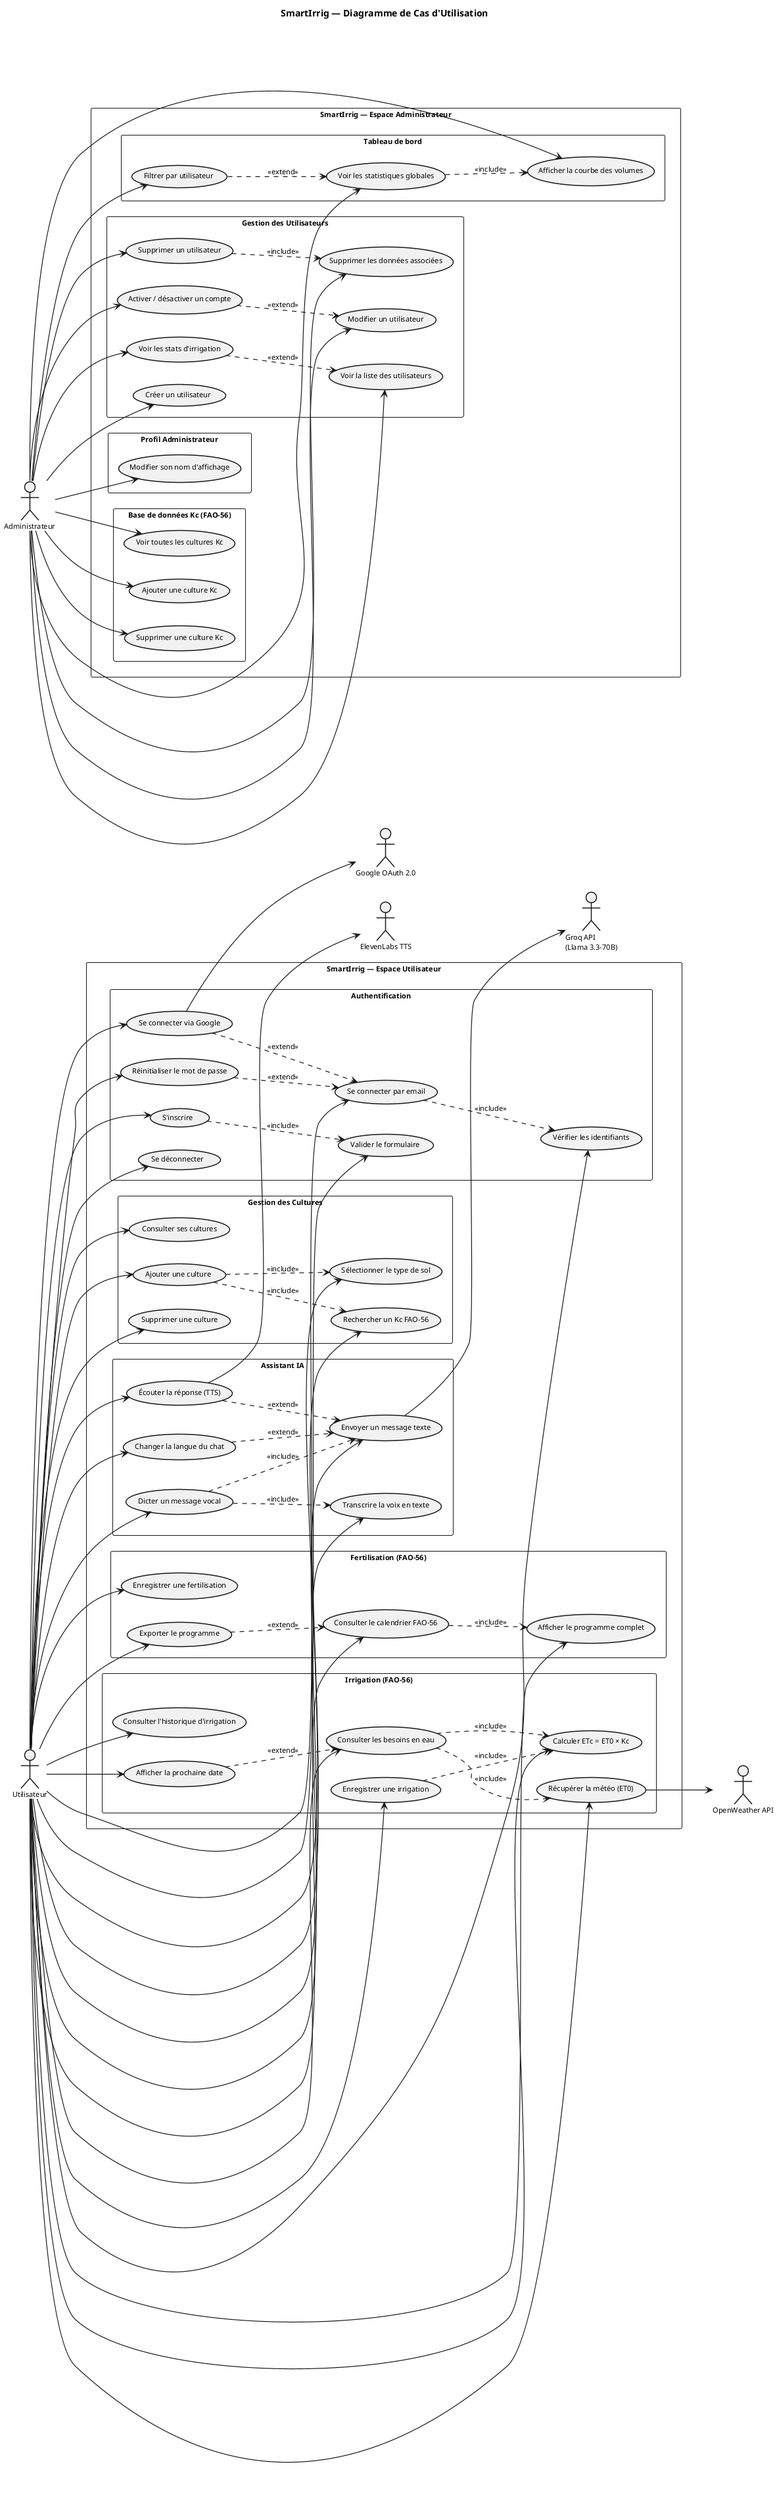
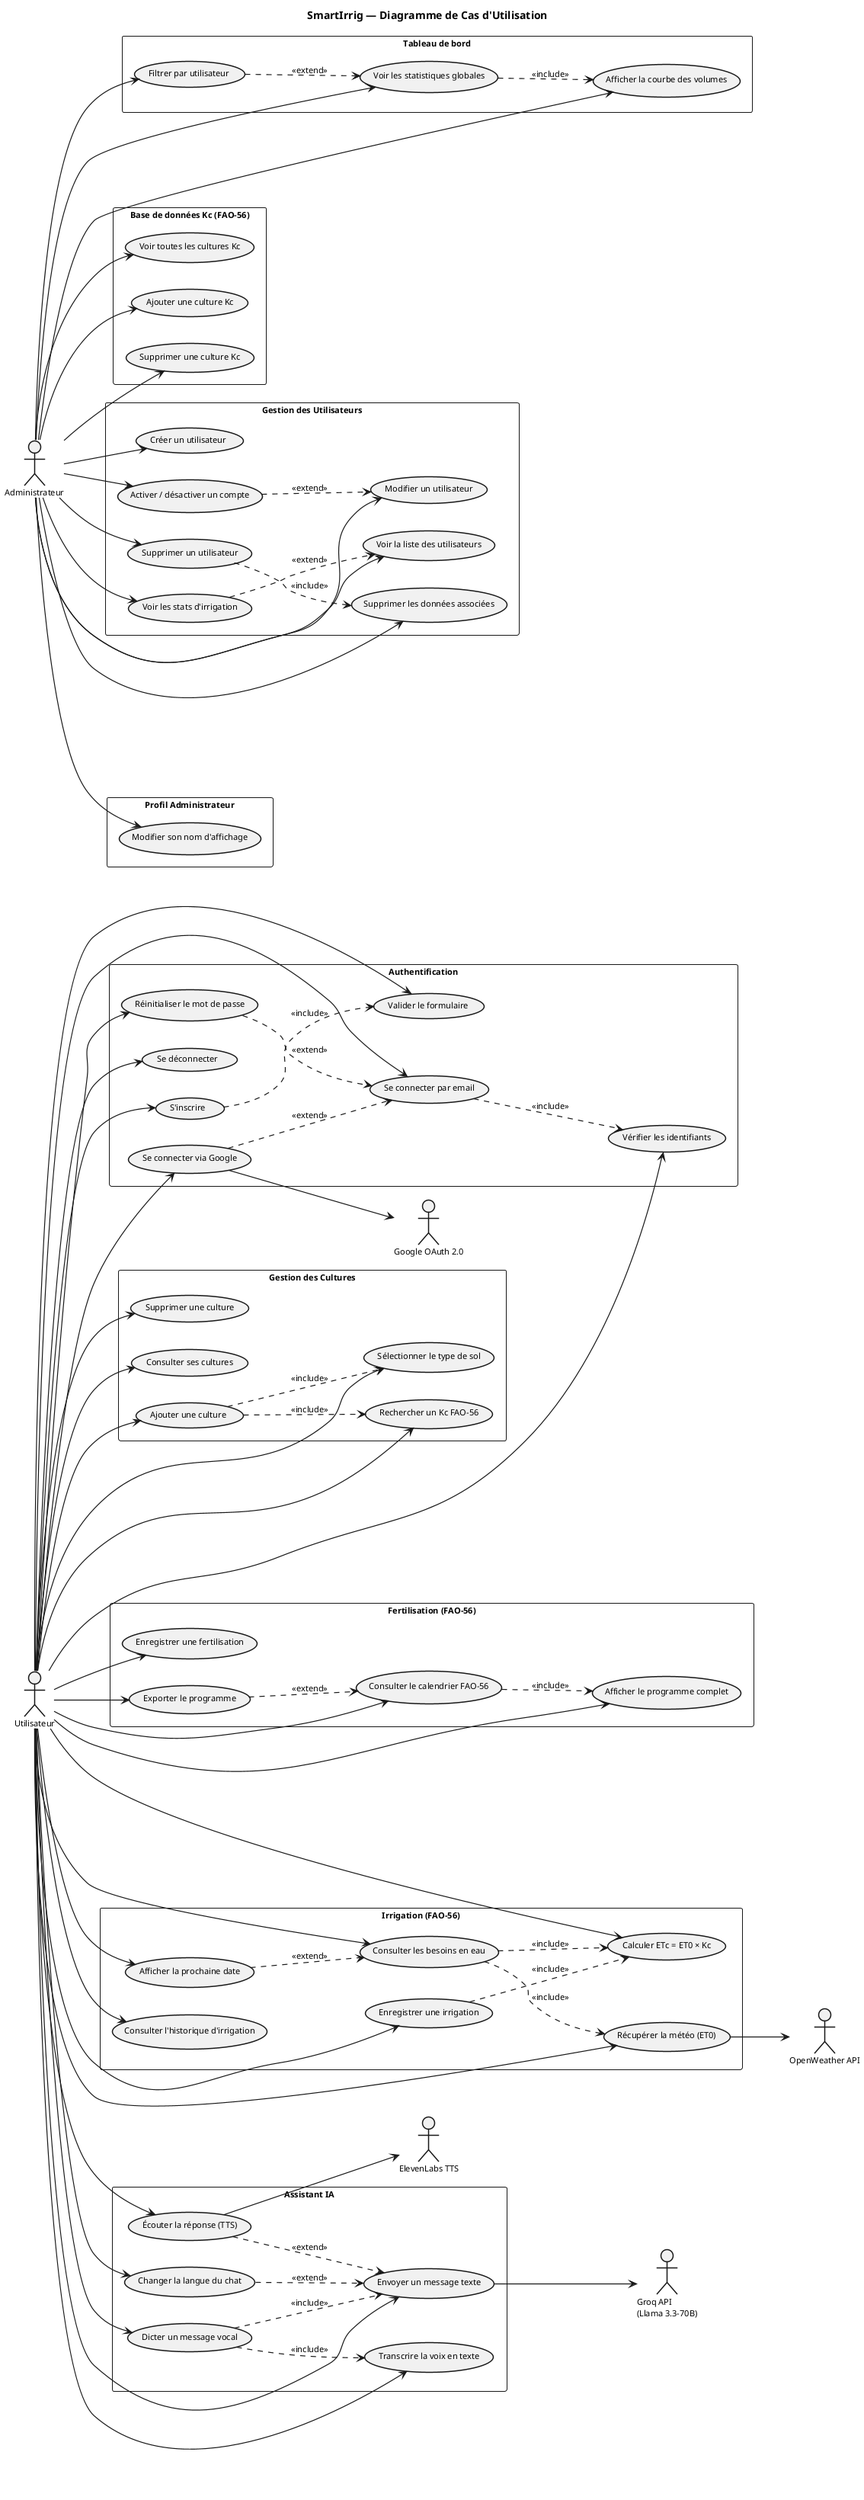
@startuml SmartIrrig - Diagramme de Cas d'Utilisation

skinparam monochrome true
skinparam shadowing false
skinparam defaultFontName Arial
skinparam defaultFontSize 11
skinparam packageStyle rectangle
skinparam usecaseBorderThickness 1.5
skinparam actorBorderThickness 1.5
skinparam ArrowThickness 1.2

left to right direction
title SmartIrrig — Diagramme de Cas d'Utilisation

' ══════════════════════════════════════
- ' ACTEUR UTILISATEUR — gauche
+ ' ACTEUR UTILISATEUR
' ══════════════════════════════════════

actor "Utilisateur" as User

' ══════════════════════════════════════
- ' ESPACE UTILISATEUR
- ' ══════════════════════════════════════
- 
- rectangle "SmartIrrig — Espace Utilisateur" {
- 
-   package "Authentification" {
-     usecase "S'inscrire" as UC_Register
-     usecase "Valider le formulaire" as UC_ValidateForm
-     usecase "Se connecter par email" as UC_Login
-     usecase "Vérifier les identifiants" as UC_VerifyCredentials
-     usecase "Se connecter via Google" as UC_GoogleLogin
-     usecase "Réinitialiser le mot de passe" as UC_ForgotPwd
-     usecase "Se déconnecter" as UC_Logout
-   }
- 
-   package "Gestion des Cultures" {
-     usecase "Consulter ses cultures" as UC_ViewCultures
-     usecase "Ajouter une culture" as UC_AddCulture
-     usecase "Sélectionner le type de sol" as UC_SolType
-     usecase "Rechercher un Kc FAO-56" as UC_SearchKc
-     usecase "Supprimer une culture" as UC_DeleteCulture
-   }
- 
-   package "Irrigation (FAO-56)" {
-     usecase "Consulter les besoins en eau" as UC_WaterNeeds
-     usecase "Récupérer la météo (ET0)" as UC_Weather
-     usecase "Calculer ETc = ET0 × Kc" as UC_CalcETc
-     usecase "Enregistrer une irrigation" as UC_RecordIrr
-     usecase "Consulter l'historique d'irrigation" as UC_History
-     usecase "Afficher la prochaine date" as UC_NextDate
-   }
- 
-   package "Fertilisation (FAO-56)" {
-     usecase "Consulter le calendrier FAO-56" as UC_FertCalendar
-     usecase "Afficher le programme complet" as UC_FertPlan
-     usecase "Enregistrer une fertilisation" as UC_RecordFert
-     usecase "Exporter le programme" as UC_ExportFert
-   }
- 
-   package "Assistant IA" {
-     usecase "Envoyer un message texte" as UC_AIChat
-     usecase "Dicter un message vocal" as UC_AIVoice
-     usecase "Transcrire la voix en texte" as UC_SpeechToText
-     usecase "Écouter la réponse (TTS)" as UC_AITTS
-     usecase "Changer la langue du chat" as UC_ResetLang
-   }
- 
- }
- 
- ' ══════════════════════════════════════
- ' ACTEUR ADMINISTRATEUR — entre les 2 rectangles
+ ' PACKAGES UTILISATEUR
+ ' ══════════════════════════════════════
+ 
+ package "Authentification" {
+   usecase "S'inscrire" as UC_Register
+   usecase "Valider le formulaire" as UC_ValidateForm
+   usecase "Se connecter par email" as UC_Login
+   usecase "Vérifier les identifiants" as UC_VerifyCredentials
+   usecase "Se connecter via Google" as UC_GoogleLogin
+   usecase "Réinitialiser le mot de passe" as UC_ForgotPwd
+   usecase "Se déconnecter" as UC_Logout
+ }
+ 
+ package "Gestion des Cultures" {
+   usecase "Consulter ses cultures" as UC_ViewCultures
+   usecase "Ajouter une culture" as UC_AddCulture
+   usecase "Sélectionner le type de sol" as UC_SolType
+   usecase "Rechercher un Kc FAO-56" as UC_SearchKc
+   usecase "Supprimer une culture" as UC_DeleteCulture
+ }
+ 
+ package "Irrigation (FAO-56)" {
+   usecase "Consulter les besoins en eau" as UC_WaterNeeds
+   usecase "Récupérer la météo (ET0)" as UC_Weather
+   usecase "Calculer ETc = ET0 × Kc" as UC_CalcETc
+   usecase "Enregistrer une irrigation" as UC_RecordIrr
+   usecase "Consulter l'historique d'irrigation" as UC_History
+   usecase "Afficher la prochaine date" as UC_NextDate
+ }
+ 
+ package "Fertilisation (FAO-56)" {
+   usecase "Consulter le calendrier FAO-56" as UC_FertCalendar
+   usecase "Afficher le programme complet" as UC_FertPlan
+   usecase "Enregistrer une fertilisation" as UC_RecordFert
+   usecase "Exporter le programme" as UC_ExportFert
+ }
+ 
+ package "Assistant IA" {
+   usecase "Envoyer un message texte" as UC_AIChat
+   usecase "Dicter un message vocal" as UC_AIVoice
+   usecase "Transcrire la voix en texte" as UC_SpeechToText
+   usecase "Écouter la réponse (TTS)" as UC_AITTS
+   usecase "Changer la langue du chat" as UC_ResetLang
+ }
+ 
+ ' ══════════════════════════════════════
+ ' ACTEUR ADMINISTRATEUR
' ══════════════════════════════════════

actor "Administrateur" as Admin

' ══════════════════════════════════════
- ' ESPACE ADMINISTRATEUR
- ' ══════════════════════════════════════
- 
- rectangle "SmartIrrig — Espace Administrateur" {
- 
-   package "Tableau de bord" {
-     usecase "Voir les statistiques globales" as UC_Dashboard
-     usecase "Afficher la courbe des volumes" as UC_Chart
-     usecase "Filtrer par utilisateur" as UC_FilterUser
-   }
- 
-   package "Base de données Kc (FAO-56)" {
-     usecase "Voir toutes les cultures Kc" as UC_ViewKC
-     usecase "Ajouter une culture Kc" as UC_AddKC
-     usecase "Supprimer une culture Kc" as UC_DeleteKC
-   }
- 
-   package "Gestion des Utilisateurs" {
-     usecase "Voir la liste des utilisateurs" as UC_ViewUsers
-     usecase "Créer un utilisateur" as UC_CreateUser
-     usecase "Modifier un utilisateur" as UC_EditUser
-     usecase "Activer / désactiver un compte" as UC_ToggleUser
-     usecase "Supprimer un utilisateur" as UC_DeleteUser
-     usecase "Supprimer les données associées" as UC_DeleteData
-     usecase "Voir les stats d'irrigation" as UC_UserStats
-   }
- 
-   package "Profil Administrateur" {
-     usecase "Modifier son nom d'affichage" as UC_AdminName
-   }
- 
- }
- 
- ' ══════════════════════════════════════
- ' ACTEURS EXTERNES — droite
+ ' PACKAGES ADMINISTRATEUR
+ ' ══════════════════════════════════════
+ 
+ package "Tableau de bord" {
+   usecase "Voir les statistiques globales" as UC_Dashboard
+   usecase "Afficher la courbe des volumes" as UC_Chart
+   usecase "Filtrer par utilisateur" as UC_FilterUser
+ }
+ 
+ package "Base de données Kc (FAO-56)" {
+   usecase "Voir toutes les cultures Kc" as UC_ViewKC
+   usecase "Ajouter une culture Kc" as UC_AddKC
+   usecase "Supprimer une culture Kc" as UC_DeleteKC
+ }
+ 
+ package "Gestion des Utilisateurs" {
+   usecase "Voir la liste des utilisateurs" as UC_ViewUsers
+   usecase "Créer un utilisateur" as UC_CreateUser
+   usecase "Modifier un utilisateur" as UC_EditUser
+   usecase "Activer / désactiver un compte" as UC_ToggleUser
+   usecase "Supprimer un utilisateur" as UC_DeleteUser
+   usecase "Supprimer les données associées" as UC_DeleteData
+   usecase "Voir les stats d'irrigation" as UC_UserStats
+ }
+ 
+ package "Profil Administrateur" {
+   usecase "Modifier son nom d'affichage" as UC_AdminName
+ }
+ 
+ ' ══════════════════════════════════════
+ ' ACTEURS EXTERNES
' ══════════════════════════════════════

actor "Google OAuth 2.0" as Google
actor "OpenWeather API" as OW
actor "Groq API\n(Llama 3.3-70B)" as GroqAI
actor "ElevenLabs TTS" as EL

' ══════════════════════════════════════
' ASSOCIATIONS — UTILISATEUR
' ══════════════════════════════════════

- ' [Authentification]
User --> UC_Register
User --> UC_ValidateForm
User --> UC_Login
User --> UC_VerifyCredentials
User --> UC_GoogleLogin
User --> UC_ForgotPwd
User --> UC_Logout

- ' [Gestion des Cultures]
User --> UC_ViewCultures
User --> UC_AddCulture
User --> UC_SolType
User --> UC_SearchKc
User --> UC_DeleteCulture

- ' [Irrigation (FAO-56)]
User --> UC_WaterNeeds
User --> UC_Weather
User --> UC_CalcETc
User --> UC_RecordIrr
User --> UC_History
User --> UC_NextDate

- ' [Fertilisation (FAO-56)]
User --> UC_FertCalendar
User --> UC_FertPlan
User --> UC_RecordFert
User --> UC_ExportFert

- ' [Assistant IA]
User --> UC_AIChat
User --> UC_AIVoice
User --> UC_SpeechToText
User --> UC_AITTS
User --> UC_ResetLang

' ══════════════════════════════════════
' ASSOCIATIONS — ADMINISTRATEUR
' ══════════════════════════════════════

- ' [Tableau de bord]
Admin --> UC_Dashboard
Admin --> UC_Chart
Admin --> UC_FilterUser

- ' [Base de données Kc]
Admin --> UC_ViewKC
Admin --> UC_AddKC
Admin --> UC_DeleteKC

- ' [Gestion des Utilisateurs]
Admin --> UC_ViewUsers
Admin --> UC_CreateUser
Admin --> UC_EditUser
Admin --> UC_ToggleUser
Admin --> UC_DeleteUser
Admin --> UC_DeleteData
Admin --> UC_UserStats

- ' [Profil Administrateur]
Admin --> UC_AdminName

' ══════════════════════════════════════
' <<include>> — UTILISATEUR
' ══════════════════════════════════════

UC_Register     ..> UC_ValidateForm     : <<include>>
UC_Login        ..> UC_VerifyCredentials: <<include>>
UC_AddCulture   ..> UC_SolType         : <<include>>
UC_AddCulture   ..> UC_SearchKc        : <<include>>
UC_WaterNeeds   ..> UC_Weather         : <<include>>
UC_WaterNeeds   ..> UC_CalcETc         : <<include>>
UC_RecordIrr    ..> UC_CalcETc         : <<include>>
UC_AIVoice      ..> UC_SpeechToText    : <<include>>
UC_AIVoice      ..> UC_AIChat          : <<include>>
UC_FertCalendar ..> UC_FertPlan        : <<include>>

' ══════════════════════════════════════
' <<extend>> — UTILISATEUR
' ══════════════════════════════════════

UC_GoogleLogin  ..> UC_Login           : <<extend>>
UC_ForgotPwd    ..> UC_Login           : <<extend>>
UC_AITTS        ..> UC_AIChat          : <<extend>>
UC_ResetLang    ..> UC_AIChat          : <<extend>>
UC_NextDate     ..> UC_WaterNeeds      : <<extend>>
UC_ExportFert   ..> UC_FertCalendar    : <<extend>>

' ══════════════════════════════════════
' <<include>> — ADMINISTRATEUR
' ══════════════════════════════════════

UC_Dashboard    ..> UC_Chart           : <<include>>
UC_DeleteUser   ..> UC_DeleteData      : <<include>>

' ══════════════════════════════════════
' <<extend>> — ADMINISTRATEUR
' ══════════════════════════════════════

UC_FilterUser   ..> UC_Dashboard       : <<extend>>
UC_ToggleUser   ..> UC_EditUser        : <<extend>>
UC_UserStats    ..> UC_ViewUsers       : <<extend>>

' ══════════════════════════════════════
' SYSTÈMES EXTERNES
' ══════════════════════════════════════

UC_GoogleLogin  --> Google
UC_Weather      --> OW
UC_AIChat       --> GroqAI
UC_AITTS        --> EL

@enduml
